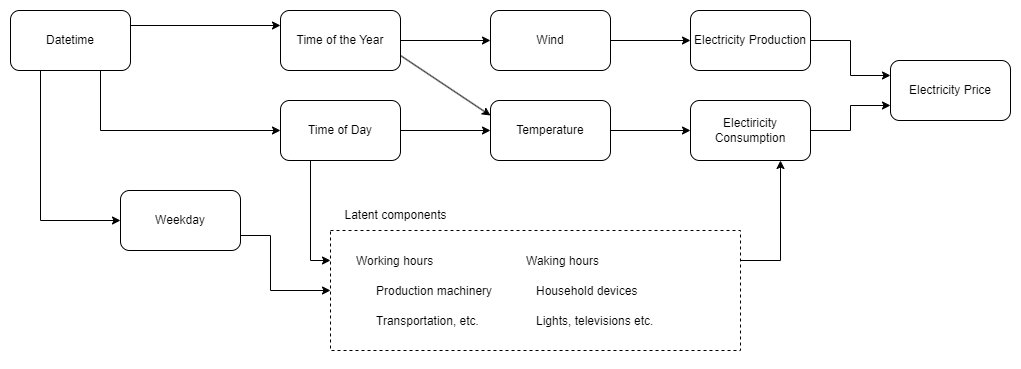
The draw.io diagram report/images/components.png in IDS-mini/electricity, before a commit. Source tidied: cells renumbered, new cells last; positions are measured from the earlier drawing's top-left corner, leaving out a move shared by most shapes.
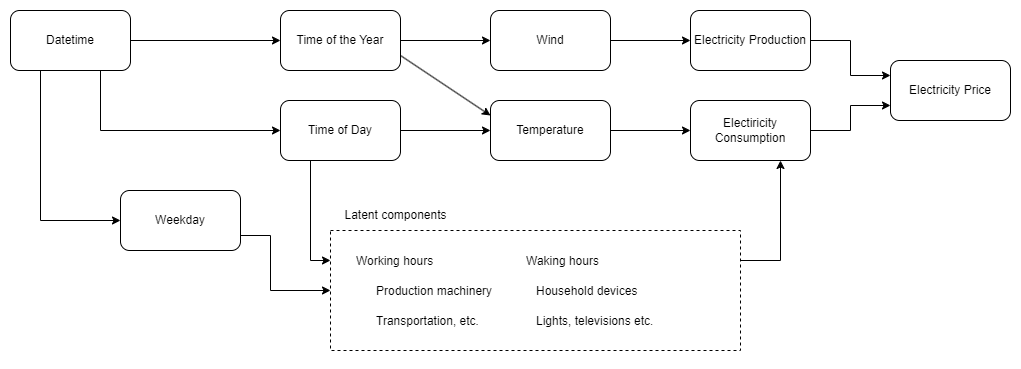
Above is the later version.

Commit message:
fix components diagram in report/images

What changed in the source:
```diff
@@ -44,7 +44,7 @@
     <mxCell id="15" value="Datetime" style="rounded=1;whiteSpace=wrap;html=1;" parent="1" vertex="1">
       <mxGeometry width="120" height="60" as="geometry" />
     </mxCell>
-    <mxCell id="16" style="endArrow=classic;html=1;rounded=0;exitX=1;exitY=0.25;exitDx=0;exitDy=0;entryX=0;entryY=0.25;entryDx=0;entryDy=0;" parent="1" edge="1" source="15" target="2">
+    <mxCell id="16" style="endArrow=classic;html=1;rounded=0;exitX=1;exitY=0.5;exitDx=0;exitDy=0;entryX=0;entryY=0.5;entryDx=0;entryDy=0;" parent="1" edge="1" source="15" target="2">
       <mxGeometry relative="1" as="geometry" />
     </mxCell>
     <mxCell id="17" style="endArrow=classic;html=1;rounded=0;exitX=0.25;exitY=1;exitDx=0;exitDy=0;entryX=0;entryY=0.5;entryDx=0;entryDy=0;" parent="1" edge="1" source="15" target="5">
```
